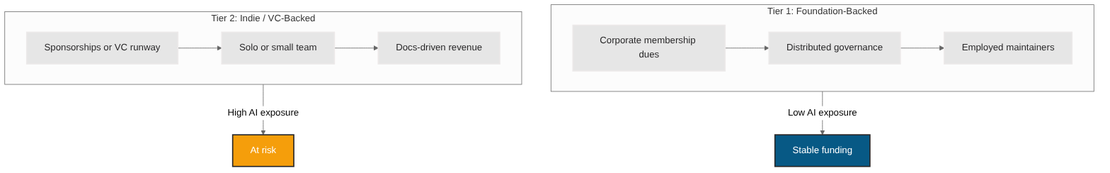
The Mermaid diagram src/assets/images/oss-dependency-tiers.png in clouatre-labs/clouatre.ca, before a commit. Its source is kept beside it as src/assets/diagrams/oss-dependency-tiers.mmd.
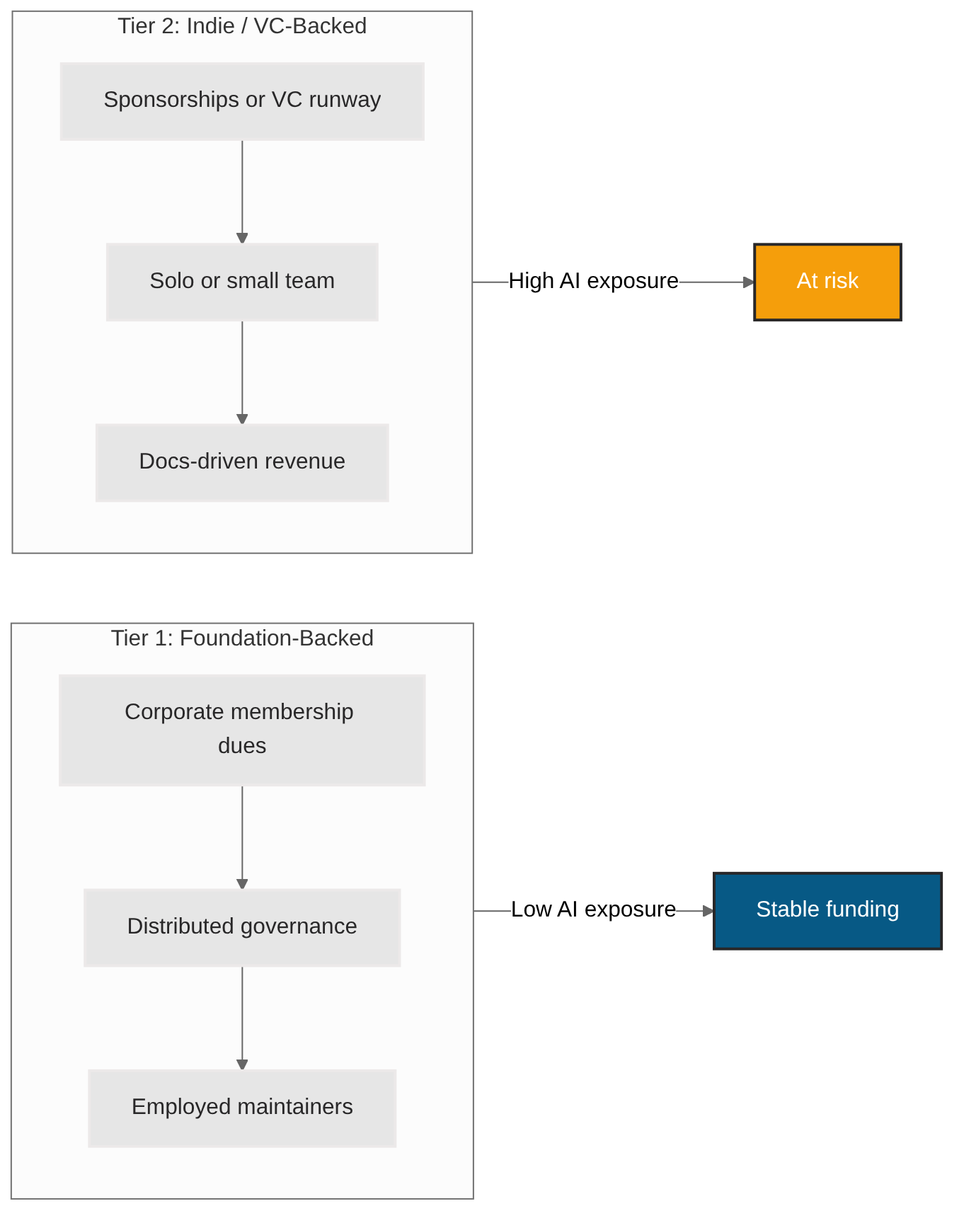
Above is the later version.

Commit message:
fix(blog): revert dependency tiers diagram to LR layout

Change to the diagram source:
```diff
@@ -1,6 +1,5 @@
-flowchart TD
+flowchart LR
     subgraph tier1["Tier 1: Foundation-Backed"]
-        direction LR
         F1[Corporate membership dues]
         F2[Distributed governance]
         F3[Employed maintainers]
@@ -8,7 +7,6 @@
     end
 
     subgraph tier2["Tier 2: Indie / VC-Backed"]
-        direction LR
         I1[Sponsorships or VC runway]
         I2[Solo or small team]
         I3[Docs-driven revenue]
```
